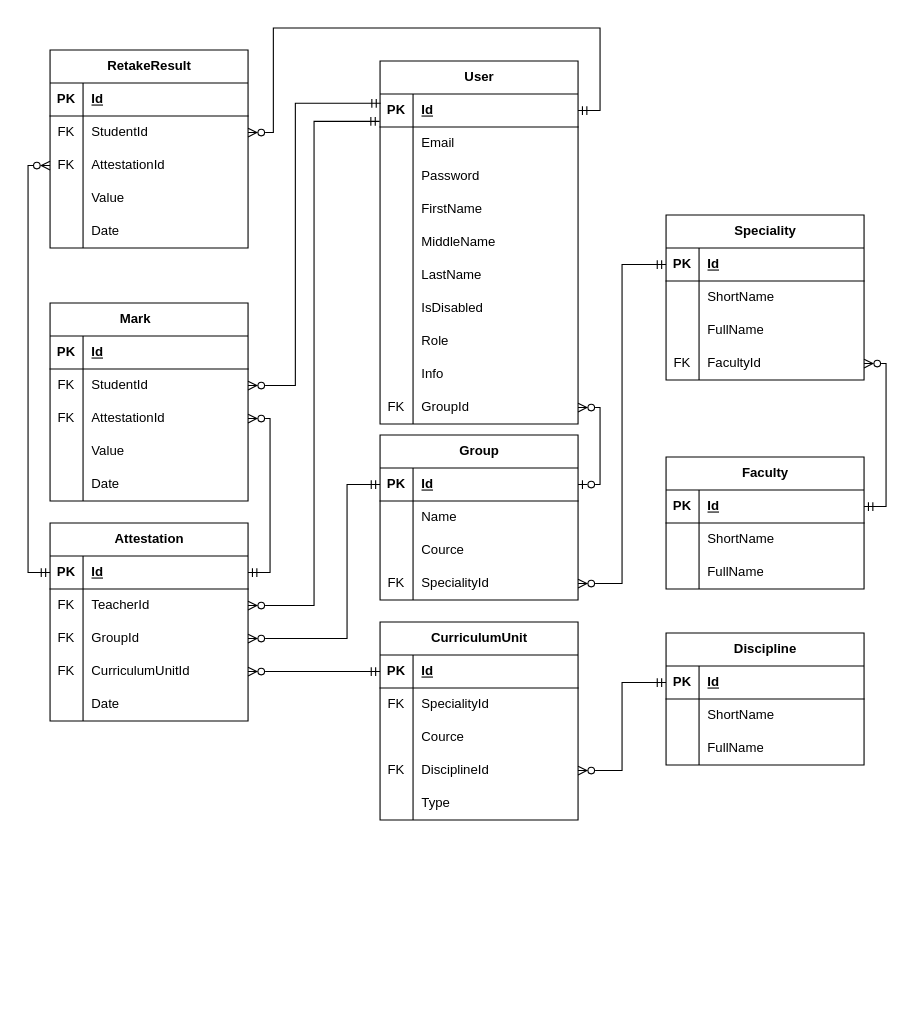
Earlier version of the draw.io diagram page "БД" (3 of 3) of диаграмма.drawio (Zemchonak/students-desktop-app). Source tidied: cells renumbered, new cells numbered last; positions are measured from the earlier drawing's top-left corner, leaving out a move shared by most shapes. Both pictures are drawn from the tidied source at 110%, with x=0, y=0 at pixel (50, 28).
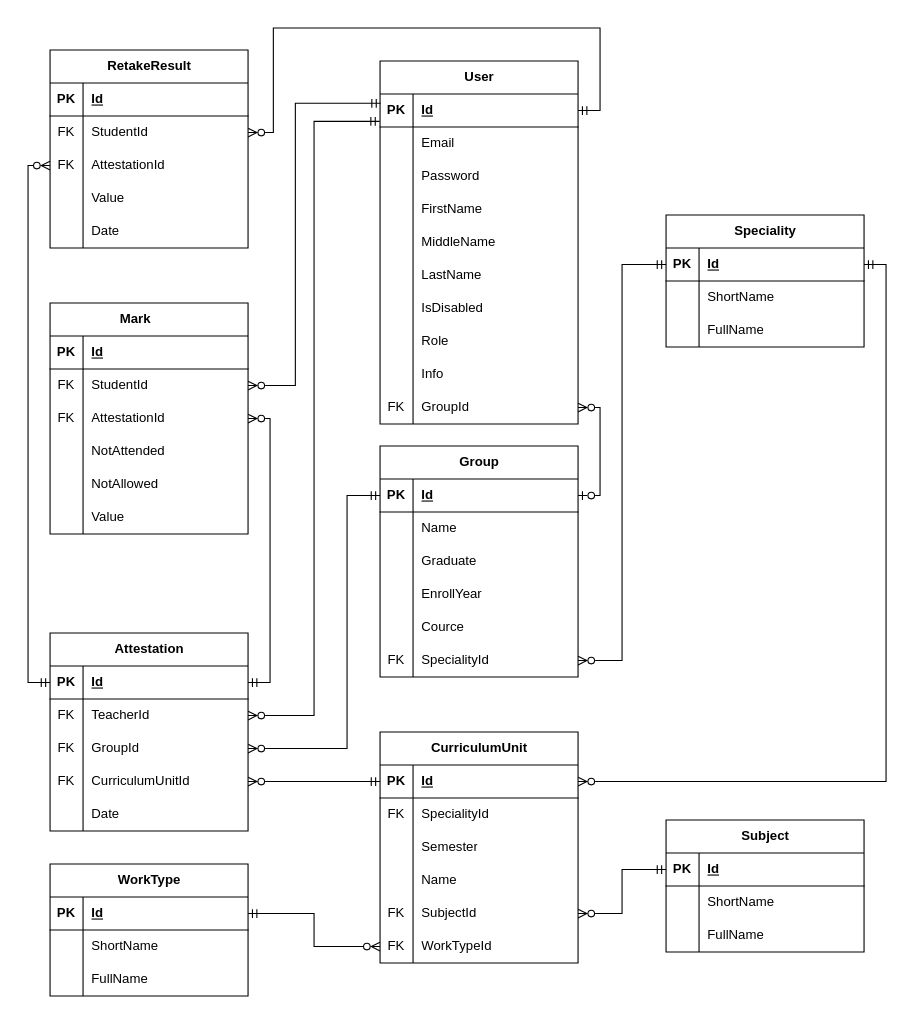
After the change.

The change refers to these unchanged cells:
```xml
<mxCell id="38" style="shape=tableRow;horizontal=0;startSize=0;swimlaneHead=0;swimlaneBody=0;fillColor=none;points=[[0,0.5],[1,0.5]];portConstraint=eastwest;top=0;left=0;right=0;bottom=0;" parent="34" vertex="1">
  <mxGeometry y="60" width="180" height="30" as="geometry" />
</mxCell>
<mxCell id="41" style="shape=tableRow;horizontal=0;startSize=0;swimlaneHead=0;swimlaneBody=0;fillColor=none;points=[[0,0.5],[1,0.5]];portConstraint=eastwest;top=0;left=0;right=0;bottom=0;" parent="34" vertex="1">
  <mxGeometry y="90" width="180" height="30" as="geometry" />
</mxCell>
<mxCell id="53" style="shape=tableRow;horizontal=0;startSize=0;swimlaneHead=0;swimlaneBody=0;fillColor=none;points=[[0,0.5],[1,0.5]];portConstraint=eastwest;top=0;left=0;right=0;bottom=1;" parent="52" vertex="1">
  <mxGeometry y="30" width="180" height="30" as="geometry" />
</mxCell>
<mxCell id="69" style="shape=tableRow;horizontal=0;startSize=0;swimlaneHead=0;swimlaneBody=0;fillColor=none;points=[[0,0.5],[1,0.5]];portConstraint=eastwest;top=0;left=0;right=0;bottom=1;" parent="68" vertex="1">
  <mxGeometry y="30" width="180" height="30" as="geometry" />
</mxCell>
<mxCell id="84" style="shape=tableRow;horizontal=0;startSize=0;swimlaneHead=0;swimlaneBody=0;fillColor=none;points=[[0,0.5],[1,0.5]];portConstraint=eastwest;top=0;left=0;right=0;bottom=1;" parent="83" vertex="1">
  <mxGeometry y="30" width="180" height="30" as="geometry" />
</mxCell>
<mxCell id="117" style="shape=tableRow;horizontal=0;startSize=0;swimlaneHead=0;swimlaneBody=0;fillColor=none;points=[[0,0.5],[1,0.5]];portConstraint=eastwest;top=0;left=0;right=0;bottom=1;" parent="116" vertex="1">
  <mxGeometry y="30" width="180" height="30" as="geometry" />
</mxCell>
```

What changed in the source:
```diff
@@
     <mxCell id="18" value="Mark&lt;span style=&quot;white-space: pre;&quot;&gt;&#9;&lt;/span&gt;" style="shape=table;startSize=30;childLayout=tableLayout;rowLines=0;fontStyle=1;align=center;html=1;" parent="1" vertex="1">
-      <mxGeometry y="250" width="180" height="180" as="geometry" />
+      <mxGeometry y="250" width="180" height="210" as="geometry" />
     </mxCell>
@@
+    <mxCell id="154" style="shape=tableRow;horizontal=0;startSize=0;swimlaneHead=0;swimlaneBody=0;fillColor=none;top=0;left=0;right=0;bottom=0;" parent="18" vertex="1">
+      <mxGeometry y="120" width="180" height="30" as="geometry" />
+    </mxCell>
+    <mxCell id="155" style="shape=partialRectangle;fillColor=none;top=0;left=0;bottom=0;right=0;overflow=hidden;whiteSpace=wrap;html=1;" parent="154" vertex="1">
+      <mxGeometry width="30" height="30" as="geometry" />
+    </mxCell>
+    <mxCell id="156" value="NotAttended" style="shape=partialRectangle;fillColor=none;top=0;left=0;bottom=0;right=0;align=left;spacingLeft=6;overflow=hidden;whiteSpace=wrap;html=1;" parent="154" vertex="1">
+      <mxGeometry x="30" width="150" height="30" as="geometry" />
+    </mxCell>
+    <mxCell id="31" style="shape=tableRow;horizontal=0;startSize=0;swimlaneHead=0;swimlaneBody=0;fillColor=none;top=0;left=0;right=0;bottom=0;" parent="18" vertex="1">
+      <mxGeometry y="150" width="180" height="30" as="geometry" />
+    </mxCell>
+    <mxCell id="157" style="shape=partialRectangle;fillColor=none;top=0;left=0;bottom=0;right=0;overflow=hidden;whiteSpace=wrap;html=1;" parent="31" vertex="1">
+      <mxGeometry width="30" height="30" as="geometry" />
+    </mxCell>
+    <mxCell id="158" value="NotAllowed" style="shape=partialRectangle;fillColor=none;top=0;left=0;bottom=0;right=0;align=left;spacingLeft=6;overflow=hidden;whiteSpace=wrap;html=1;" parent="31" vertex="1">
+      <mxGeometry x="30" width="150" height="30" as="geometry" />
+    </mxCell>
     <mxCell id="28" style="shape=tableRow;horizontal=0;startSize=0;swimlaneHead=0;swimlaneBody=0;fillColor=none;top=0;left=0;right=0;bottom=0;" parent="18" vertex="1">
-      <mxGeometry y="120" width="180" height="30" as="geometry" />
+      <mxGeometry y="180" width="180" height="30" as="geometry" />
     </mxCell>
@@
-    <mxCell id="31" style="shape=tableRow;horizontal=0;startSize=0;swimlaneHead=0;swimlaneBody=0;fillColor=none;top=0;left=0;right=0;bottom=0;" parent="18" vertex="1">
-      <mxGeometry y="150" width="180" height="30" as="geometry" />
-    </mxCell>
-    <mxCell id="32" style="shape=partialRectangle;fillColor=none;top=0;left=0;bottom=0;right=0;overflow=hidden;whiteSpace=wrap;html=1;" parent="31" vertex="1">
-      <mxGeometry width="30" height="30" as="geometry" />
-    </mxCell>
-    <mxCell id="33" value="Date" style="shape=partialRectangle;fillColor=none;top=0;left=0;bottom=0;right=0;align=left;spacingLeft=6;overflow=hidden;whiteSpace=wrap;html=1;" parent="31" vertex="1">
-      <mxGeometry x="30" width="150" height="30" as="geometry" />
-    </mxCell>
     <mxCell id="34" value="Attestation" style="shape=table;startSize=30;childLayout=tableLayout;rowLines=0;fontStyle=1;align=center;html=1;" parent="1" vertex="1">
-      <mxGeometry y="450" width="180" height="180" as="geometry" />
+      <mxGeometry y="550" width="180" height="180" as="geometry" />
     </mxCell>
@@
     <mxCell id="52" value="CurriculumUnit" style="shape=table;startSize=30;childLayout=tableLayout;rowLines=0;fontStyle=1;align=center;html=1;" parent="1" vertex="1">
-      <mxGeometry x="300" y="540" width="180" height="180" as="geometry" />
+      <mxGeometry x="300" y="640" width="180" height="210" as="geometry" />
     </mxCell>
@@
-    <mxCell id="59" style="shape=tableRow;horizontal=0;startSize=0;swimlaneHead=0;swimlaneBody=0;fillColor=none;top=0;left=0;right=0;bottom=0;" parent="52" vertex="1">
-      <mxGeometry y="90" width="180" height="30" as="geometry" />
-    </mxCell>
-    <mxCell id="60" style="shape=partialRectangle;fillColor=none;top=0;left=0;bottom=0;right=0;overflow=hidden;whiteSpace=wrap;html=1;" parent="59" vertex="1">
-      <mxGeometry width="30" height="30" as="geometry" />
-    </mxCell>
-    <mxCell id="61" value="Cource" style="shape=partialRectangle;fillColor=none;top=0;left=0;bottom=0;right=0;align=left;spacingLeft=6;overflow=hidden;whiteSpace=wrap;html=1;" parent="59" vertex="1">
-      <mxGeometry x="30" width="150" height="30" as="geometry" />
-    </mxCell>
+    <mxCell id="159" style="shape=tableRow;horizontal=0;startSize=0;swimlaneHead=0;swimlaneBody=0;fillColor=none;top=0;left=0;right=0;bottom=0;" parent="52" vertex="1">
+      <mxGeometry y="90" width="180" height="30" as="geometry" />
+    </mxCell>
+    <mxCell id="160" style="shape=partialRectangle;fillColor=none;top=0;left=0;bottom=0;right=0;overflow=hidden;whiteSpace=wrap;html=1;" parent="159" vertex="1">
+      <mxGeometry width="30" height="30" as="geometry" />
+    </mxCell>
+    <mxCell id="161" value="Semester" style="shape=partialRectangle;fillColor=none;top=0;left=0;bottom=0;right=0;align=left;spacingLeft=6;overflow=hidden;whiteSpace=wrap;html=1;" parent="159" vertex="1">
+      <mxGeometry x="30" width="150" height="30" as="geometry" />
+    </mxCell>
+    <mxCell id="162" style="shape=tableRow;horizontal=0;startSize=0;swimlaneHead=0;swimlaneBody=0;fillColor=none;top=0;left=0;right=0;bottom=0;" parent="52" vertex="1">
+      <mxGeometry y="120" width="180" height="30" as="geometry" />
+    </mxCell>
+    <mxCell id="163" style="shape=partialRectangle;fillColor=none;top=0;left=0;bottom=0;right=0;overflow=hidden;whiteSpace=wrap;html=1;" parent="162" vertex="1">
+      <mxGeometry width="30" height="30" as="geometry" />
+    </mxCell>
+    <mxCell id="164" value="Name" style="shape=partialRectangle;fillColor=none;top=0;left=0;bottom=0;right=0;align=left;spacingLeft=6;overflow=hidden;whiteSpace=wrap;html=1;" parent="162" vertex="1">
+      <mxGeometry x="30" width="150" height="30" as="geometry" />
+    </mxCell>
     <mxCell id="62" style="shape=tableRow;horizontal=0;startSize=0;swimlaneHead=0;swimlaneBody=0;fillColor=none;points=[[0,0.5],[1,0.5]];portConstraint=eastwest;top=0;left=0;right=0;bottom=0;" parent="52" vertex="1">
-      <mxGeometry y="120" width="180" height="30" as="geometry" />
+      <mxGeometry y="150" width="180" height="30" as="geometry" />
     </mxCell>
@@
-    <mxCell id="64" value="DisciplineId" style="shape=partialRectangle;fillColor=none;top=0;left=0;bottom=0;right=0;align=left;spacingLeft=6;overflow=hidden;whiteSpace=wrap;html=1;" parent="62" vertex="1">
+    <mxCell id="64" value="SubjectId" style="shape=partialRectangle;fillColor=none;top=0;left=0;bottom=0;right=0;align=left;spacingLeft=6;overflow=hidden;whiteSpace=wrap;html=1;" parent="62" vertex="1">
       <mxGeometry x="30" width="150" height="30" as="geometry" />
     </mxCell>
     <mxCell id="65" style="shape=tableRow;horizontal=0;startSize=0;swimlaneHead=0;swimlaneBody=0;fillColor=none;points=[[0,0.5],[1,0.5]];portConstraint=eastwest;top=0;left=0;right=0;bottom=0;" parent="52" vertex="1">
-      <mxGeometry y="150" width="180" height="30" as="geometry" />
+      <mxGeometry y="180" width="180" height="30" as="geometry" />
     </mxCell>
-    <mxCell id="66" style="shape=partialRectangle;fillColor=none;top=0;left=0;bottom=0;right=0;overflow=hidden;whiteSpace=wrap;html=1;" parent="65" vertex="1">
+    <mxCell id="66" value="FK" style="shape=partialRectangle;fillColor=none;top=0;left=0;bottom=0;right=0;overflow=hidden;whiteSpace=wrap;html=1;" parent="65" vertex="1">
       <mxGeometry width="30" height="30" as="geometry" />
     </mxCell>
-    <mxCell id="67" value="Type" style="shape=partialRectangle;fillColor=none;top=0;left=0;bottom=0;right=0;align=left;spacingLeft=6;overflow=hidden;whiteSpace=wrap;html=1;" parent="65" vertex="1">
+    <mxCell id="67" value="WorkTypeId" style="shape=partialRectangle;fillColor=none;top=0;left=0;bottom=0;right=0;align=left;spacingLeft=6;overflow=hidden;whiteSpace=wrap;html=1;" parent="65" vertex="1">
       <mxGeometry x="30" width="150" height="30" as="geometry" />
     </mxCell>
     <mxCell id="68" value="Group" style="shape=table;startSize=30;childLayout=tableLayout;rowLines=0;fontStyle=1;align=center;html=1;" parent="1" vertex="1">
-      <mxGeometry x="300" y="370" width="180" height="150" as="geometry" />
+      <mxGeometry x="300" y="380" width="180" height="210" as="geometry" />
     </mxCell>
@@
+    <mxCell id="165" style="shape=tableRow;horizontal=0;startSize=0;swimlaneHead=0;swimlaneBody=0;fillColor=none;top=0;left=0;right=0;bottom=0;" parent="68" vertex="1">
+      <mxGeometry y="90" width="180" height="30" as="geometry" />
+    </mxCell>
+    <mxCell id="166" style="shape=partialRectangle;fillColor=none;top=0;left=0;bottom=0;right=0;overflow=hidden;whiteSpace=wrap;html=1;" parent="165" vertex="1">
+      <mxGeometry width="30" height="30" as="geometry" />
+    </mxCell>
+    <mxCell id="167" value="Graduate" style="shape=partialRectangle;fillColor=none;top=0;left=0;bottom=0;right=0;align=left;spacingLeft=6;overflow=hidden;whiteSpace=wrap;html=1;" parent="165" vertex="1">
+      <mxGeometry x="30" width="150" height="30" as="geometry" />
+    </mxCell>
+    <mxCell id="168" style="shape=tableRow;horizontal=0;startSize=0;swimlaneHead=0;swimlaneBody=0;fillColor=none;top=0;left=0;right=0;bottom=0;" parent="68" vertex="1">
+      <mxGeometry y="120" width="180" height="30" as="geometry" />
+    </mxCell>
+    <mxCell id="169" style="shape=partialRectangle;fillColor=none;top=0;left=0;bottom=0;right=0;overflow=hidden;whiteSpace=wrap;html=1;" parent="168" vertex="1">
+      <mxGeometry width="30" height="30" as="geometry" />
+    </mxCell>
+    <mxCell id="170" value="EnrollYear" style="shape=partialRectangle;fillColor=none;top=0;left=0;bottom=0;right=0;align=left;spacingLeft=6;overflow=hidden;whiteSpace=wrap;html=1;" parent="168" vertex="1">
+      <mxGeometry x="30" width="150" height="30" as="geometry" />
+    </mxCell>
     <mxCell id="75" style="shape=tableRow;horizontal=0;startSize=0;swimlaneHead=0;swimlaneBody=0;fillColor=none;top=0;left=0;right=0;bottom=0;" parent="68" vertex="1">
-      <mxGeometry y="90" width="180" height="30" as="geometry" />
+      <mxGeometry y="150" width="180" height="30" as="geometry" />
     </mxCell>
@@
     <mxCell id="78" style="shape=tableRow;horizontal=0;startSize=0;swimlaneHead=0;swimlaneBody=0;fillColor=none;points=[[0,0.5],[1,0.5]];portConstraint=eastwest;top=0;left=0;right=0;bottom=0;" parent="68" vertex="1">
-      <mxGeometry y="120" width="180" height="30" as="geometry" />
+      <mxGeometry y="180" width="180" height="30" as="geometry" />
     </mxCell>
@@
     <mxCell id="82" style="edgeStyle=orthogonalEdgeStyle;rounded=0;jettySize=auto;html=1;exitX=1;exitY=0.5;exitDx=0;exitDy=0;entryX=0;entryY=0.5;entryDx=0;entryDy=0;endArrow=ERmandOne;endFill=0;startArrow=ERzeroToMany;startFill=0;" parent="1" edge="1" source="41" target="69">
       <mxGeometry relative="1" as="geometry">
         <Array as="points">
-          <mxPoint x="270" y="555" />
-          <mxPoint x="270" y="415" />
+          <mxPoint x="270" y="655" />
+          <mxPoint x="270" y="425" />
         </Array>
       </mxGeometry>
     </mxCell>
@@
     <mxCell id="114" style="edgeStyle=orthogonalEdgeStyle;rounded=0;jettySize=auto;html=1;exitX=1;exitY=0.5;exitDx=0;exitDy=0;entryX=-0.002;entryY=0.828;entryDx=0;entryDy=0;entryPerimeter=0;startArrow=ERzeroToMany;startFill=0;endArrow=ERmandOne;endFill=0;" parent="1" edge="1" source="38" target="84">
       <mxGeometry relative="1" as="geometry">
         <Array as="points">
-          <mxPoint x="240" y="525" />
+          <mxPoint x="240" y="625" />
           <mxPoint x="240" y="85" />
         </Array>
       </mxGeometry>
     </mxCell>
@@
     <mxCell id="116" value="Speciality" style="shape=table;startSize=30;childLayout=tableLayout;rowLines=0;fontStyle=1;align=center;html=1;" parent="1" vertex="1">
-      <mxGeometry x="560" y="170" width="180" height="150" as="geometry" />
+      <mxGeometry x="560" y="170" width="180" height="120" as="geometry" />
     </mxCell>
@@
-    <mxCell id="126" style="shape=tableRow;horizontal=0;startSize=0;swimlaneHead=0;swimlaneBody=0;fillColor=none;points=[[0,0.5],[1,0.5]];portConstraint=eastwest;top=0;left=0;right=0;bottom=0;" parent="116" vertex="1">
-      <mxGeometry y="120" width="180" height="30" as="geometry" />
-    </mxCell>
-    <mxCell id="127" value="FK" style="shape=partialRectangle;fillColor=none;top=0;left=0;bottom=0;right=0;overflow=hidden;whiteSpace=wrap;html=1;" parent="126" vertex="1">
-      <mxGeometry width="30" height="30" as="geometry" />
-    </mxCell>
-    <mxCell id="128" value="FacultyId" style="shape=partialRectangle;fillColor=none;top=0;left=0;bottom=0;right=0;align=left;spacingLeft=6;overflow=hidden;whiteSpace=wrap;html=1;" parent="126" vertex="1">
-      <mxGeometry x="30" width="150" height="30" as="geometry" />
-    </mxCell>
-    <mxCell id="129" value="Faculty" style="shape=table;startSize=30;childLayout=tableLayout;rowLines=0;fontStyle=1;align=center;html=1;" parent="1" vertex="1">
-      <mxGeometry x="560" y="390" width="180" height="120" as="geometry" />
-    </mxCell>
-    <mxCell id="130" style="shape=tableRow;horizontal=0;startSize=0;swimlaneHead=0;swimlaneBody=0;fillColor=none;points=[[0,0.5],[1,0.5]];portConstraint=eastwest;top=0;left=0;right=0;bottom=1;" parent="129" vertex="1">
-      <mxGeometry y="30" width="180" height="30" as="geometry" />
-    </mxCell>
-    <mxCell id="131" value="PK" style="shape=partialRectangle;fillColor=none;top=0;left=0;bottom=0;right=0;fontStyle=1;overflow=hidden;whiteSpace=wrap;html=1;" parent="130" vertex="1">
-      <mxGeometry width="30" height="30" as="geometry" />
-    </mxCell>
-    <mxCell id="132" value="Id" style="shape=partialRectangle;fillColor=none;top=0;left=0;bottom=0;right=0;align=left;spacingLeft=6;fontStyle=5;overflow=hidden;whiteSpace=wrap;html=1;" parent="130" vertex="1">
-      <mxGeometry x="30" width="150" height="30" as="geometry" />
-    </mxCell>
-    <mxCell id="133" style="shape=tableRow;horizontal=0;startSize=0;swimlaneHead=0;swimlaneBody=0;fillColor=none;top=0;left=0;right=0;bottom=0;" parent="129" vertex="1">
-      <mxGeometry y="60" width="180" height="30" as="geometry" />
-    </mxCell>
-    <mxCell id="134" style="shape=partialRectangle;fillColor=none;top=0;left=0;bottom=0;right=0;overflow=hidden;whiteSpace=wrap;html=1;" parent="133" vertex="1">
-      <mxGeometry width="30" height="30" as="geometry" />
-    </mxCell>
-    <mxCell id="135" value="ShortName" style="shape=partialRectangle;fillColor=none;top=0;left=0;bottom=0;right=0;align=left;spacingLeft=6;overflow=hidden;whiteSpace=wrap;html=1;" parent="133" vertex="1">
-      <mxGeometry x="30" width="150" height="30" as="geometry" />
-    </mxCell>
-    <mxCell id="136" style="shape=tableRow;horizontal=0;startSize=0;swimlaneHead=0;swimlaneBody=0;fillColor=none;top=0;left=0;right=0;bottom=0;" parent="129" vertex="1">
-      <mxGeometry y="90" width="180" height="30" as="geometry" />
-    </mxCell>
-    <mxCell id="137" style="shape=partialRectangle;fillColor=none;top=0;left=0;bottom=0;right=0;overflow=hidden;whiteSpace=wrap;html=1;" parent="136" vertex="1">
-      <mxGeometry width="30" height="30" as="geometry" />
-    </mxCell>
-    <mxCell id="138" value="FullName" style="shape=partialRectangle;fillColor=none;top=0;left=0;bottom=0;right=0;align=left;spacingLeft=6;overflow=hidden;whiteSpace=wrap;html=1;" parent="136" vertex="1">
-      <mxGeometry x="30" width="150" height="30" as="geometry" />
-    </mxCell>
-    <mxCell id="139" value="Discipline" style="shape=table;startSize=30;childLayout=tableLayout;rowLines=0;fontStyle=1;align=center;html=1;" parent="1" vertex="1">
-      <mxGeometry x="560" y="550" width="180" height="120" as="geometry" />
+    <mxCell id="139" value="Subject" style="shape=table;startSize=30;childLayout=tableLayout;rowLines=0;fontStyle=1;align=center;html=1;" parent="1" vertex="1">
+      <mxGeometry x="560" y="720" width="180" height="120" as="geometry" />
     </mxCell>
@@
-    <mxCell id="150" style="edgeStyle=orthogonalEdgeStyle;rounded=0;jettySize=auto;html=1;exitX=1;exitY=0.5;exitDx=0;exitDy=0;entryX=1;entryY=0.5;entryDx=0;entryDy=0;startArrow=ERzeroToMany;startFill=0;endArrow=ERmandOne;endFill=0;" parent="1" edge="1" source="126" target="130">
-      <mxGeometry relative="1" as="geometry" />
-    </mxCell>
@@
+    <mxCell id="171" value="WorkType" style="shape=table;startSize=30;childLayout=tableLayout;rowLines=0;fontStyle=1;align=center;html=1;" parent="1" vertex="1">
+      <mxGeometry y="760" width="180" height="120" as="geometry" />
+    </mxCell>
+    <mxCell id="130" style="shape=tableRow;horizontal=0;startSize=0;swimlaneHead=0;swimlaneBody=0;fillColor=none;points=[[0,0.5],[1,0.5]];portConstraint=eastwest;top=0;left=0;right=0;bottom=1;" parent="171" vertex="1">
+      <mxGeometry y="30" width="180" height="30" as="geometry" />
+    </mxCell>
+    <mxCell id="131" value="PK" style="shape=partialRectangle;fillColor=none;top=0;left=0;bottom=0;right=0;fontStyle=1;overflow=hidden;whiteSpace=wrap;html=1;" parent="130" vertex="1">
+      <mxGeometry width="30" height="30" as="geometry" />
+    </mxCell>
+    <mxCell id="132" value="Id" style="shape=partialRectangle;fillColor=none;top=0;left=0;bottom=0;right=0;align=left;spacingLeft=6;fontStyle=5;overflow=hidden;whiteSpace=wrap;html=1;" parent="130" vertex="1">
+      <mxGeometry x="30" width="150" height="30" as="geometry" />
+    </mxCell>
+    <mxCell id="133" style="shape=tableRow;horizontal=0;startSize=0;swimlaneHead=0;swimlaneBody=0;fillColor=none;top=0;left=0;right=0;bottom=0;" parent="171" vertex="1">
+      <mxGeometry y="60" width="180" height="30" as="geometry" />
+    </mxCell>
+    <mxCell id="172" style="shape=partialRectangle;fillColor=none;top=0;left=0;bottom=0;right=0;overflow=hidden;whiteSpace=wrap;html=1;" parent="133" vertex="1">
+      <mxGeometry width="30" height="30" as="geometry" />
+    </mxCell>
+    <mxCell id="135" value="ShortName" style="shape=partialRectangle;fillColor=none;top=0;left=0;bottom=0;right=0;align=left;spacingLeft=6;overflow=hidden;whiteSpace=wrap;html=1;" parent="133" vertex="1">
+      <mxGeometry x="30" width="150" height="30" as="geometry" />
+    </mxCell>
+    <mxCell id="173" style="shape=tableRow;horizontal=0;startSize=0;swimlaneHead=0;swimlaneBody=0;fillColor=none;top=0;left=0;right=0;bottom=0;" parent="171" vertex="1">
+      <mxGeometry y="90" width="180" height="30" as="geometry" />
+    </mxCell>
+    <mxCell id="174" style="shape=partialRectangle;fillColor=none;top=0;left=0;bottom=0;right=0;overflow=hidden;whiteSpace=wrap;html=1;" parent="173" vertex="1">
+      <mxGeometry width="30" height="30" as="geometry" />
+    </mxCell>
+    <mxCell id="138" value="FullName" style="shape=partialRectangle;fillColor=none;top=0;left=0;bottom=0;right=0;align=left;spacingLeft=6;overflow=hidden;whiteSpace=wrap;html=1;" parent="173" vertex="1">
+      <mxGeometry x="30" width="150" height="30" as="geometry" />
+    </mxCell>
+    <mxCell id="175" style="edgeStyle=orthogonalEdgeStyle;rounded=0;jettySize=auto;html=1;exitX=1;exitY=0.5;exitDx=0;exitDy=0;entryX=0;entryY=0.5;entryDx=0;entryDy=0;endArrow=ERzeroToMany;endFill=0;startArrow=ERmandOne;startFill=0;" parent="1" edge="1" source="130" target="65">
+      <mxGeometry relative="1" as="geometry" />
+    </mxCell>
+    <mxCell id="176" style="edgeStyle=orthogonalEdgeStyle;rounded=0;jettySize=auto;html=1;exitX=1;exitY=0.5;exitDx=0;exitDy=0;entryX=1;entryY=0.5;entryDx=0;entryDy=0;endArrow=ERmandOne;endFill=0;startArrow=ERzeroToMany;startFill=0;" parent="1" edge="1" source="53" target="117">
+      <mxGeometry relative="1" as="geometry" />
+    </mxCell>
```
